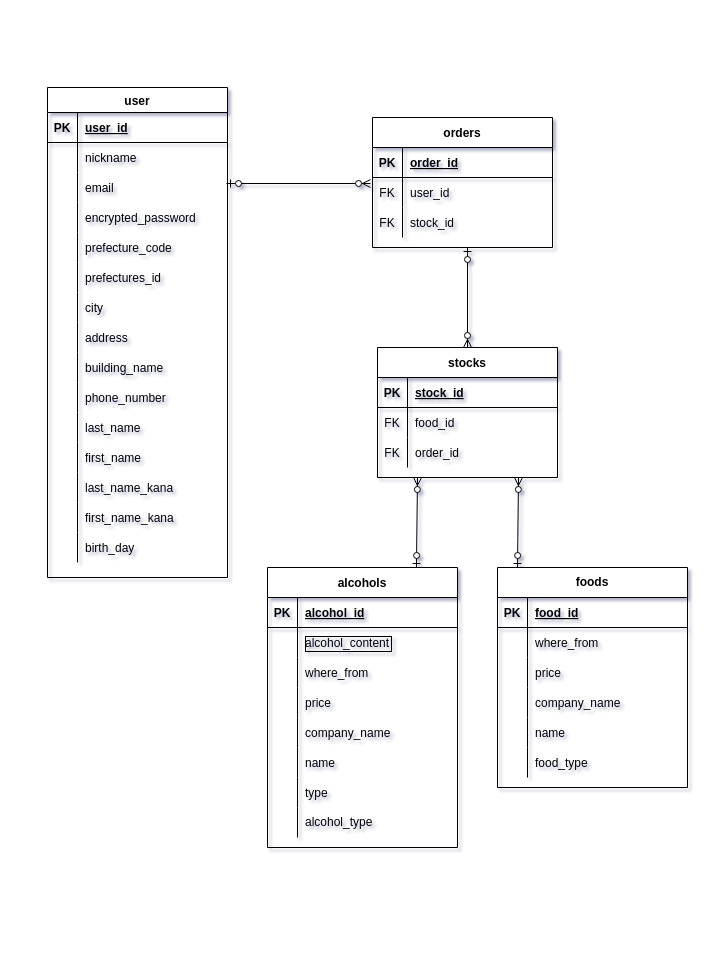
Before: vending-choices.dio in pyontarou/vending-choices, a draw.io diagram. Source tidied: cells renumbered, new cells numbered last; positions are measured from the earlier drawing's top-left corner, leaving out a move shared by most shapes. Both pictures are drawn from the tidied source at 100%, with x=0, y=0 at pixel (17, 87).
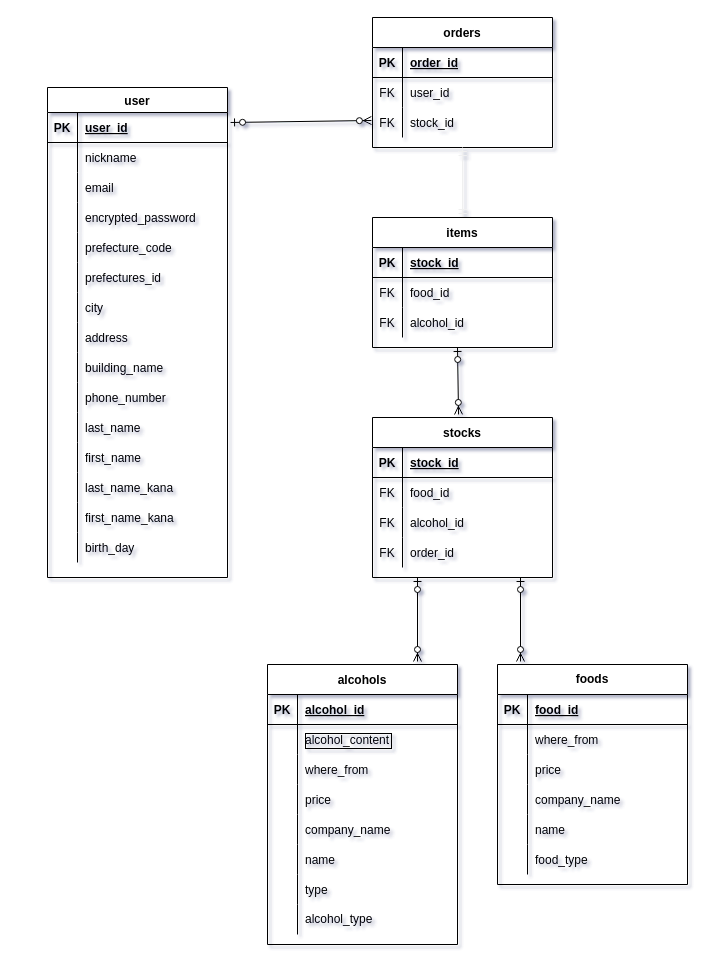
After the change.

Commit message (it also covers changes not shown here):
DB設計の修正

The change refers to these unchanged cells:
```xml
<mxCell id="32" style="shape=partialRectangle;fillColor=none;top=0;left=0;bottom=0;right=0;points=[[0,0.5],[1,0.5]];portConstraint=eastwest;" parent="28" vertex="1">
  <mxGeometry y="60" width="180" height="30" as="geometry" />
</mxCell>
<mxCell id="35" style="shape=partialRectangle;fillColor=none;top=0;left=0;bottom=0;right=0;points=[[0,0.5],[1,0.5]];portConstraint=eastwest;" parent="28" vertex="1">
  <mxGeometry y="90" width="180" height="30" as="geometry" />
</mxCell>
<mxCell id="39" style="shape=partialRectangle;fillColor=none;top=0;left=0;bottom=1;right=0;points=[[0,0.5],[1,0.5]];portConstraint=eastwest;" parent="38" vertex="1">
  <mxGeometry y="25" width="180" height="30" as="geometry" />
</mxCell>
<mxCell id="93" style="shape=partialRectangle;fillColor=none;top=0;left=0;bottom=0;right=0;" parent="86" vertex="1">
  <mxGeometry y="90" width="180" height="30" as="geometry" />
</mxCell>
```

Diff of the diagram source:
```diff
@@
     <mxCell id="2" value="alcohols" style="shape=table;startSize=30;childLayout=tableLayout;rowLines=0;fontStyle=1;align=center;" parent="1" vertex="1">
-      <mxGeometry x="250" y="480" width="190" height="280" as="geometry" />
+      <mxGeometry x="250" y="577" width="190" height="280" as="geometry" />
     </mxCell>
@@
-    <mxCell id="27" style="fontSize=12;html=1;endArrow=ERzeroToMany;startArrow=ERzeroToOne;exitX=0.784;exitY=0;exitDx=0;exitDy=0;exitPerimeter=0;" parent="2" edge="1" source="2">
+    <mxCell id="27" style="fontSize=12;html=1;endArrow=ERzeroToMany;startArrow=ERzeroToOne;" parent="2" edge="1">
       <mxGeometry relative="1" as="geometry">
-        <mxPoint x="150" y="-90" as="targetPoint" />
+        <mxPoint x="150" y="-87" as="sourcePoint" />
+        <mxPoint x="150" y="-3" as="targetPoint" />
       </mxGeometry>
     </mxCell>
     <mxCell id="28" value="orders" style="shape=table;startSize=30;childLayout=tableLayout;rowLines=0;fontStyle=1;align=center;" parent="1" vertex="1">
-      <mxGeometry x="355" y="30" width="180" height="130" as="geometry" />
+      <mxGeometry x="355" y="-70" width="180" height="130" as="geometry" />
     </mxCell>
@@
     <mxCell id="86" value="stocks" style="shape=table;startSize=30;childLayout=tableLayout;rowLines=0;fontStyle=1;align=center;" parent="1" vertex="1">
-      <mxGeometry x="360" y="260" width="180" height="130" as="geometry" />
+      <mxGeometry x="355" y="330" width="180" height="160" as="geometry" />
     </mxCell>
@@
-    <mxCell id="95" value="order_id" style="shape=partialRectangle;fillColor=none;top=0;left=0;bottom=0;right=0;align=left;spacingLeft=6;overflow=hidden;" parent="93" vertex="1">
+    <mxCell id="95" value="alcohol_id" style="shape=partialRectangle;fillColor=none;top=0;left=0;bottom=0;right=0;align=left;spacingLeft=6;overflow=hidden;" parent="93" vertex="1">
       <mxGeometry x="30" width="150" height="30" as="geometry" />
     </mxCell>
+    <mxCell id="118" style="shape=partialRectangle;fillColor=none;top=0;left=0;bottom=0;right=0;" parent="86" vertex="1">
+      <mxGeometry y="120" width="180" height="30" as="geometry" />
+    </mxCell>
+    <mxCell id="119" value="FK" style="shape=partialRectangle;fillColor=none;top=0;left=0;bottom=0;right=0;overflow=hidden;" parent="118" vertex="1">
+      <mxGeometry width="30" height="30" as="geometry" />
+    </mxCell>
+    <mxCell id="120" value="order_id" style="shape=partialRectangle;fillColor=none;top=0;left=0;bottom=0;right=0;align=left;spacingLeft=6;overflow=hidden;" parent="118" vertex="1">
+      <mxGeometry x="30" width="150" height="30" as="geometry" />
+    </mxCell>
     <mxCell id="96" value="foods" style="shape=table;startSize=30;childLayout=tableLayout;rowLines=0;fontStyle=1;align=center;whiteSpace=wrap;" parent="1" vertex="1">
-      <mxGeometry x="480" y="480" width="190" height="220" as="geometry" />
+      <mxGeometry x="480" y="577" width="190" height="220" as="geometry" />
     </mxCell>
@@
-    <mxCell id="115" style="fontSize=12;html=1;endArrow=ERzeroToMany;startArrow=ERzeroToOne;entryX=0.5;entryY=0;entryDx=0;entryDy=0;entryPerimeter=0;" parent="1" edge="1" target="86">
+    <mxCell id="115" style="fontSize=12;html=1;endArrow=ERzeroToMany;startArrow=ERzeroToOne;entryX=0.478;entryY=-0.019;entryDx=0;entryDy=0;entryPerimeter=0;" parent="1" edge="1" target="86">
       <mxGeometry relative="1" as="geometry">
-        <mxPoint x="450" y="160" as="sourcePoint" />
+        <mxPoint x="440" y="260" as="sourcePoint" />
       </mxGeometry>
     </mxCell>
-    <mxCell id="116" style="fontSize=12;html=1;endArrow=ERzeroToMany;startArrow=ERzeroToOne;entryX=-0.011;entryY=0.2;entryDx=0;entryDy=0;entryPerimeter=0;" parent="1" edge="1" target="32">
-      <mxGeometry relative="1" as="geometry">
-        <mxPoint x="209" y="96" as="sourcePoint" />
-      </mxGeometry>
+    <mxCell id="116" style="fontSize=12;html=1;endArrow=ERzeroToMany;startArrow=ERzeroToOne;entryX=-0.006;entryY=0.433;entryDx=0;entryDy=0;entryPerimeter=0;exitX=1.017;exitY=0.333;exitDx=0;exitDy=0;exitPerimeter=0;" parent="1" edge="1" source="39" target="35">
+      <mxGeometry relative="1" as="geometry" />
     </mxCell>
-    <mxCell id="117" style="fontSize=12;html=1;endArrow=ERzeroToMany;startArrow=ERzeroToOne;exitX=0.784;exitY=0;exitDx=0;exitDy=0;exitPerimeter=0;" parent="1" edge="1">
+    <mxCell id="117" style="fontSize=12;html=1;endArrow=ERzeroToMany;startArrow=ERzeroToOne;" parent="1" edge="1">
       <mxGeometry relative="1" as="geometry">
-        <mxPoint x="500" y="480" as="sourcePoint" />
-        <mxPoint x="501" y="390" as="targetPoint" />
+        <mxPoint x="503" y="490" as="sourcePoint" />
+        <mxPoint x="503" y="574" as="targetPoint" />
       </mxGeometry>
     </mxCell>
+    <mxCell id="121" style="fontSize=12;html=1;endArrow=ERmandOne;startArrow=ERmandOne;strokeColor=#f0f0f0;" parent="1" edge="1" source="122">
+      <mxGeometry relative="1" as="geometry">
+        <mxPoint x="445" y="60" as="targetPoint" />
+      </mxGeometry>
+    </mxCell>
+    <mxCell id="122" value="items" style="shape=table;startSize=30;childLayout=tableLayout;rowLines=0;fontStyle=1;align=center;" parent="1" vertex="1">
+      <mxGeometry x="355" y="130" width="180" height="130" as="geometry" />
+    </mxCell>
+    <mxCell id="123" style="shape=partialRectangle;fillColor=none;top=0;left=0;bottom=1;right=0;" parent="122" vertex="1">
+      <mxGeometry y="30" width="180" height="30" as="geometry" />
+    </mxCell>
+    <mxCell id="124" value="PK" style="shape=partialRectangle;fillColor=none;top=0;left=0;bottom=0;right=0;fontStyle=1;overflow=hidden;" parent="123" vertex="1">
+      <mxGeometry width="30" height="30" as="geometry" />
+    </mxCell>
+    <mxCell id="125" value="stock_id" style="shape=partialRectangle;fillColor=none;top=0;left=0;bottom=0;right=0;align=left;spacingLeft=6;fontStyle=5;overflow=hidden;" parent="123" vertex="1">
+      <mxGeometry x="30" width="150" height="30" as="geometry" />
+    </mxCell>
+    <mxCell id="126" style="shape=partialRectangle;fillColor=none;top=0;left=0;bottom=0;right=0;" parent="122" vertex="1">
+      <mxGeometry y="60" width="180" height="30" as="geometry" />
+    </mxCell>
+    <mxCell id="127" value="FK" style="shape=partialRectangle;fillColor=none;top=0;left=0;bottom=0;right=0;overflow=hidden;" parent="126" vertex="1">
+      <mxGeometry width="30" height="30" as="geometry" />
+    </mxCell>
+    <mxCell id="128" value="food_id" style="shape=partialRectangle;fillColor=none;top=0;left=0;bottom=0;right=0;align=left;spacingLeft=6;overflow=hidden;" parent="126" vertex="1">
+      <mxGeometry x="30" width="150" height="30" as="geometry" />
+    </mxCell>
+    <mxCell id="129" style="shape=partialRectangle;fillColor=none;top=0;left=0;bottom=0;right=0;" parent="122" vertex="1">
+      <mxGeometry y="90" width="180" height="30" as="geometry" />
+    </mxCell>
+    <mxCell id="130" value="FK" style="shape=partialRectangle;fillColor=none;top=0;left=0;bottom=0;right=0;overflow=hidden;" parent="129" vertex="1">
+      <mxGeometry width="30" height="30" as="geometry" />
+    </mxCell>
+    <mxCell id="131" value="alcohol_id" style="shape=partialRectangle;fillColor=none;top=0;left=0;bottom=0;right=0;align=left;spacingLeft=6;overflow=hidden;" parent="129" vertex="1">
+      <mxGeometry x="30" width="150" height="30" as="geometry" />
+    </mxCell>
```
